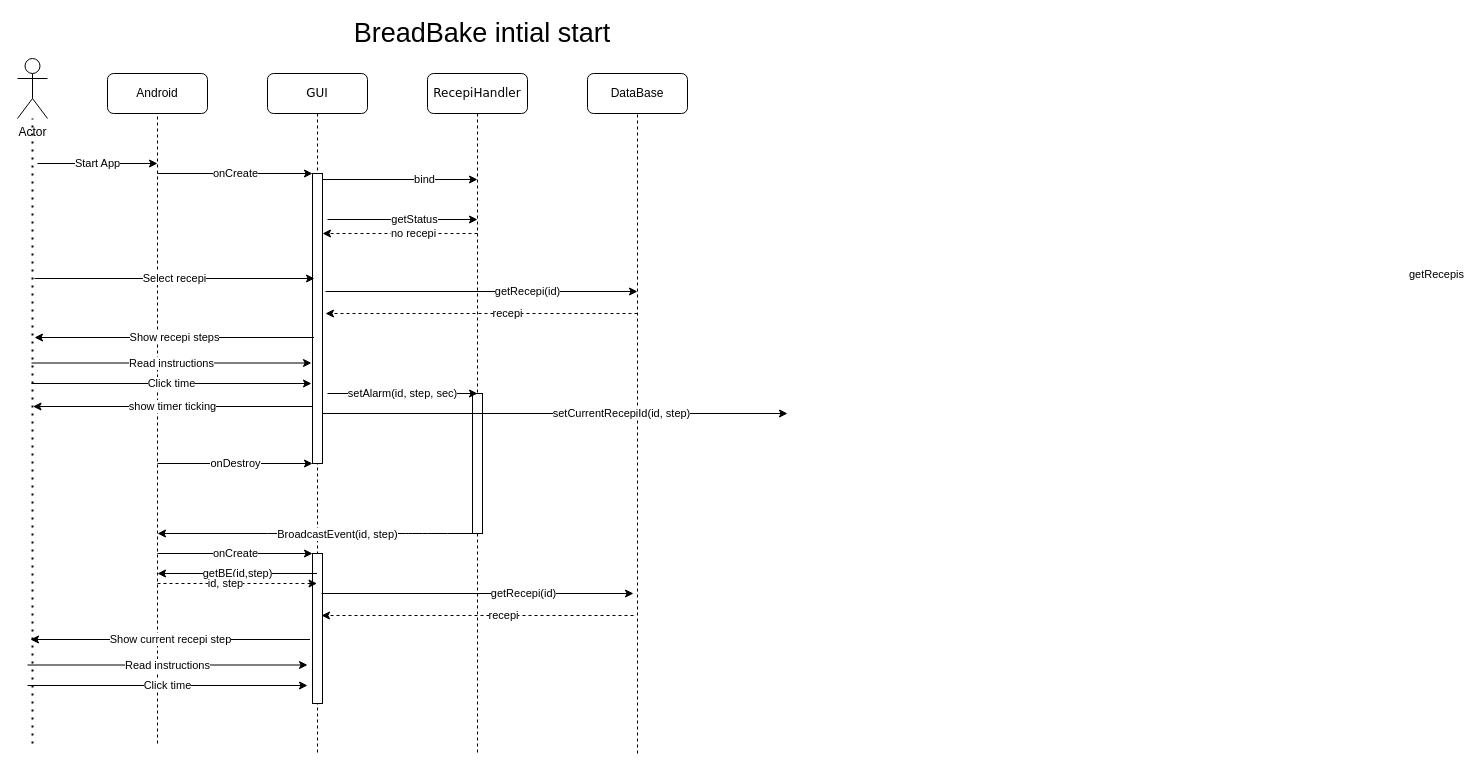
Before: inital_start_servicehandler.drawio in ermteri/Breadbake, a draw.io diagram. Source tidied: cells renumbered, new cells numbered last; positions are measured from the earlier drawing's top-left corner, leaving out a move shared by most shapes. Both pictures are drawn from the tidied source at 100%, with x=0, y=0 at pixel (17, 23).
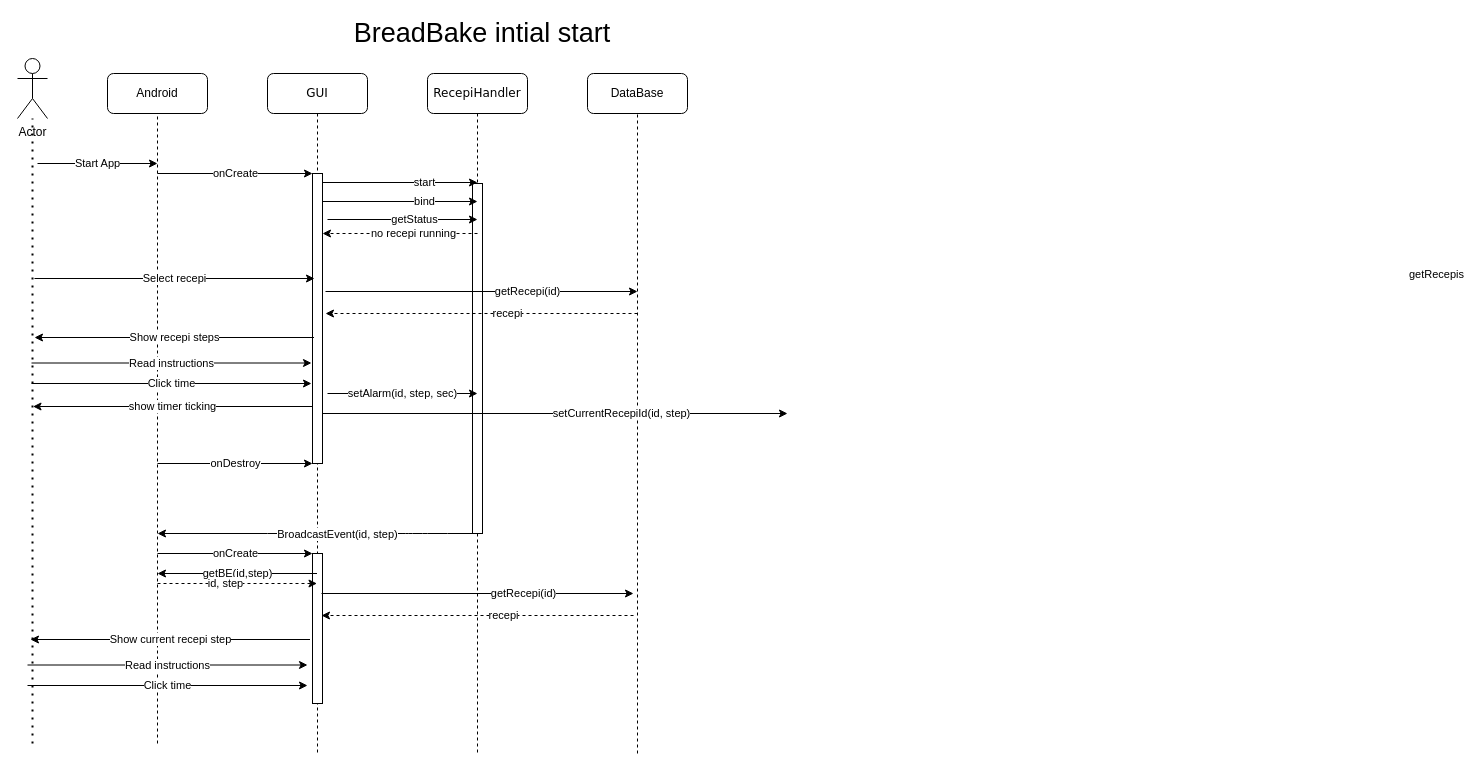
The same page after the edit.

Unchanged cells that the change refers to:
```xml
<mxCell id="2" value="RecepiHandler" style="shape=umlLifeline;perimeter=lifelinePerimeter;whiteSpace=wrap;html=1;rounded=1;shadow=0;comic=0;labelBackgroundColor=none;strokeWidth=1;fontFamily=Verdana;fontSize=12;align=center;" parent="1" vertex="1">
  <mxGeometry x="410" y="50" width="100" height="680" as="geometry" />
</mxCell>
<mxCell id="20" style="endArrow=classic;html=1;fontSize=11;dashed=1;" parent="1" edge="1">
  <mxGeometry relative="1" as="geometry">
    <mxPoint x="460" y="210" as="sourcePoint" />
    <mxPoint x="305" y="210" as="targetPoint" />
  </mxGeometry>
</mxCell>
```

What changed in the source:
```diff
@@
     <mxCell id="3" style="html=1;perimeter=orthogonalPerimeter;rounded=0;shadow=0;comic=0;labelBackgroundColor=none;strokeWidth=1;fontFamily=Verdana;fontSize=12;align=center;" parent="2" vertex="1">
-      <mxGeometry x="45" y="320" width="10" height="140" as="geometry" />
+      <mxGeometry x="45" y="110" width="10" height="350" as="geometry" />
     </mxCell>
@@
-    <mxCell id="21" value="no recepi" style="edgeLabel;html=1;align=center;verticalAlign=middle;fontSize=11;" parent="20" vertex="1">
+    <mxCell id="21" value="no recepi running" style="edgeLabel;html=1;align=center;verticalAlign=middle;fontSize=11;" parent="20" vertex="1">
       <mxGeometry x="-0.16" relative="1" as="geometry">
         <mxPoint y="-1" as="offset" />
       </mxGeometry>
     </mxCell>
@@
     <mxCell id="25" style="endArrow=classic;html=1;fontSize=27;" parent="1" edge="1">
       <mxGeometry relative="1" as="geometry">
-        <mxPoint x="305" y="156" as="sourcePoint" />
-        <mxPoint x="460" y="156" as="targetPoint" />
+        <mxPoint x="305" y="178" as="sourcePoint" />
+        <mxPoint x="460" y="178" as="targetPoint" />
       </mxGeometry>
     </mxCell>
@@
+    <mxCell id="49" style="endArrow=classic;html=1;fontSize=27;" parent="1" edge="1">
+      <mxGeometry relative="1" as="geometry">
+        <mxPoint x="305" y="159" as="sourcePoint" />
+        <mxPoint x="460" y="159" as="targetPoint" />
+      </mxGeometry>
+    </mxCell>
+    <mxCell id="50" value="start" style="edgeLabel;html=1;align=center;verticalAlign=middle;fontSize=11;" parent="49" vertex="1">
+      <mxGeometry x="0.27" y="-2" relative="1" as="geometry">
+        <mxPoint x="3" y="-3" as="offset" />
+      </mxGeometry>
+    </mxCell>
```
